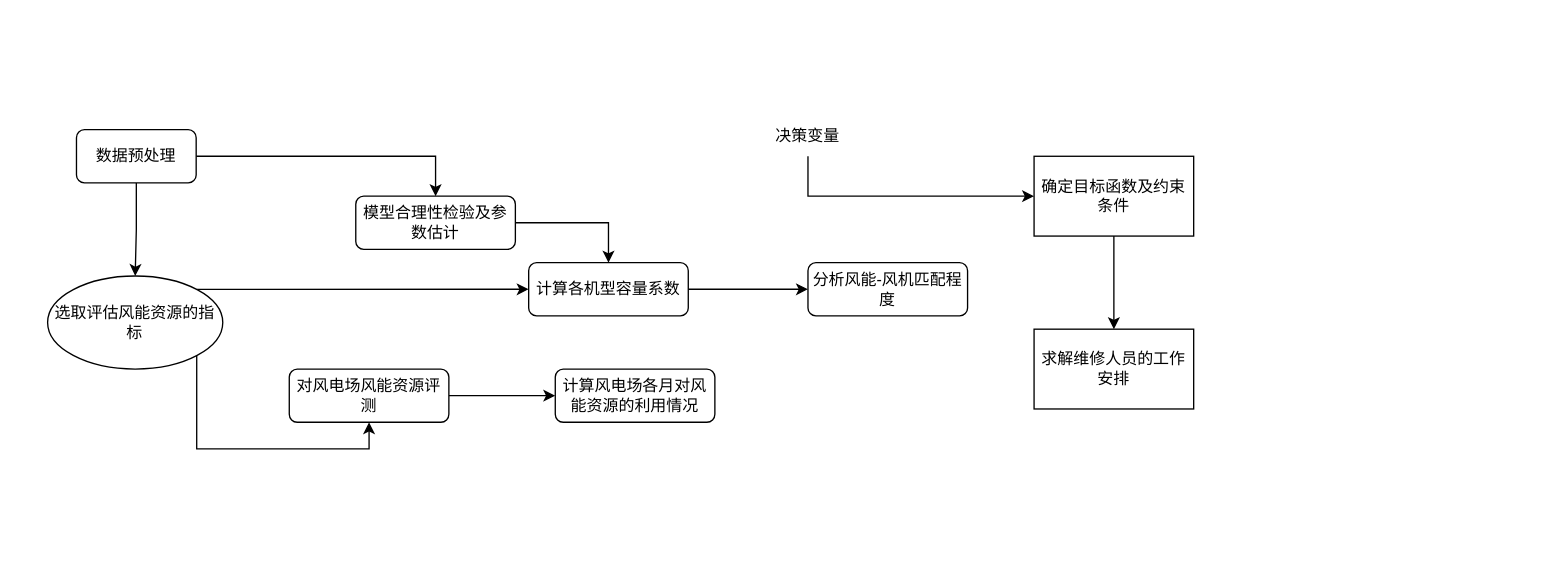
RyunMi/Math-model-code keeps this draw.io diagram as Untitled Diagram.drawio. Above is the earlier version. Source tidied: cells renumbered, new cells numbered last; positions are measured from the earlier drawing's top-left corner, leaving out a move shared by most shapes. Both pictures are drawn from the tidied source at 133%, with x=0, y=0 at pixel (47, 116).
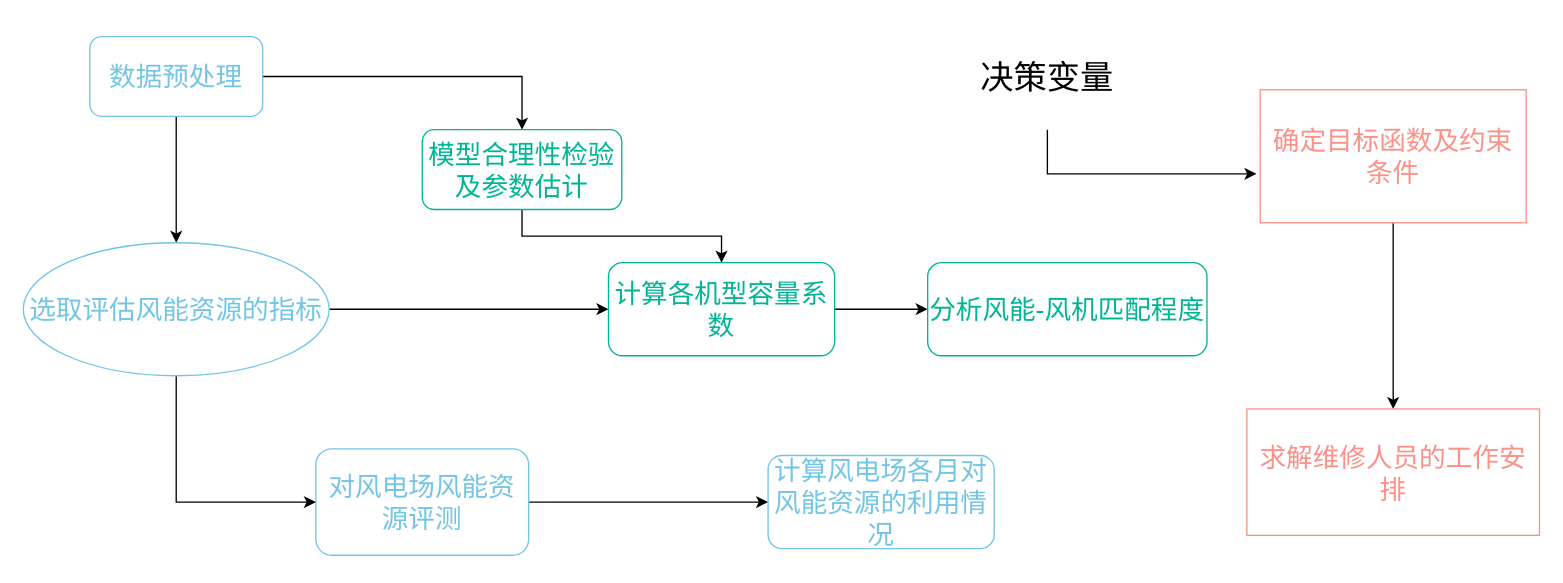
The same page after the edit.

The edit, as a diff of the source:
```diff
@@
-    <mxCell id="4" value="数据预处理" style="rounded=1;whiteSpace=wrap;html=1;fontSize=12;glass=0;strokeWidth=1;shadow=0;" parent="1" vertex="1">
-      <mxGeometry x="22" y="10" width="90" height="40" as="geometry" />
+    <mxCell id="4" value="数据预处理" style="rounded=1;whiteSpace=wrap;html=1;fontSize=20;glass=0;strokeWidth=1;shadow=0;strokeColor=#72C5E4;fontColor=#72C5E4;" parent="1" vertex="1">
+      <mxGeometry x="32" y="-60" width="130" height="60" as="geometry" />
     </mxCell>
@@
-    <mxCell id="6" value="对风电场风能资源评测" style="rounded=1;whiteSpace=wrap;html=1;fontSize=12;glass=0;strokeWidth=1;shadow=0;" parent="1" vertex="1">
-      <mxGeometry x="182" y="190" width="120" height="40" as="geometry" />
+    <mxCell id="6" value="对风电场风能资源评测" style="rounded=1;whiteSpace=wrap;html=1;fontSize=20;glass=0;strokeWidth=1;shadow=0;strokeColor=#72C5E4;fontColor=#72C5E4;" parent="1" vertex="1">
+      <mxGeometry x="202" y="250" width="160" height="80" as="geometry" />
     </mxCell>
@@
-    <mxCell id="8" value="模型合理性检验及参数估计" style="rounded=1;whiteSpace=wrap;html=1;fontSize=12;glass=0;strokeWidth=1;shadow=0;" parent="1" vertex="1">
-      <mxGeometry x="232" y="60" width="120" height="40" as="geometry" />
+    <mxCell id="8" value="模型合理性检验及参数估计" style="rounded=1;whiteSpace=wrap;html=1;fontSize=20;glass=0;strokeWidth=1;shadow=0;strokeColor=#00B594;fontColor=#00B594;" parent="1" vertex="1">
+      <mxGeometry x="282" y="10" width="150" height="60" as="geometry" />
     </mxCell>
-    <mxCell id="9" value="计算风电场各月对风能资源的利用情况" style="rounded=1;whiteSpace=wrap;html=1;fontSize=12;glass=0;strokeWidth=1;shadow=0;" parent="1" vertex="1">
-      <mxGeometry x="382" y="190" width="120" height="40" as="geometry" />
+    <mxCell id="9" value="计算风电场各月对风能资源的利用情况" style="rounded=1;whiteSpace=wrap;html=1;fontSize=20;glass=0;strokeWidth=1;shadow=0;strokeColor=#72C5E4;fontColor=#72C5E4;" parent="1" vertex="1">
+      <mxGeometry x="542" y="255" width="170" height="70" as="geometry" />
     </mxCell>
-    <mxCell id="10" style="edgeStyle=orthogonalEdgeStyle;rounded=0;jettySize=auto;html=1;exitX=1;exitY=1;exitDx=0;exitDy=0;entryX=0.5;entryY=1;entryDx=0;entryDy=0;" parent="1" edge="1" source="12" target="6">
-      <mxGeometry relative="1" as="geometry">
-        <Array as="points">
-          <mxPoint x="112" y="250" />
-          <mxPoint x="242" y="250" />
-        </Array>
-      </mxGeometry>
+    <mxCell id="10" style="edgeStyle=orthogonalEdgeStyle;rounded=0;jettySize=auto;html=1;exitX=0.5;exitY=1;exitDx=0;exitDy=0;entryX=0;entryY=0.5;entryDx=0;entryDy=0;fontSize=20;fontColor=#72C5E4;" parent="1" edge="1" source="12" target="6">
+      <mxGeometry relative="1" as="geometry" />
     </mxCell>
-    <mxCell id="11" style="edgeStyle=orthogonalEdgeStyle;rounded=0;jettySize=auto;html=1;exitX=1;exitY=0;exitDx=0;exitDy=0;entryX=0;entryY=0.5;entryDx=0;entryDy=0;" parent="1" edge="1" source="12" target="18">
-      <mxGeometry relative="1" as="geometry">
-        <Array as="points">
-          <mxPoint x="112" y="130" />
-        </Array>
-      </mxGeometry>
+    <mxCell id="11" style="edgeStyle=orthogonalEdgeStyle;rounded=0;jettySize=auto;html=1;entryX=0;entryY=0.5;entryDx=0;entryDy=0;fontSize=20;fontColor=#72C5E4;" parent="1" edge="1" source="12" target="18">
+      <mxGeometry relative="1" as="geometry" />
     </mxCell>
-    <mxCell id="12" value="选取评估风能资源的指标" style="ellipse;whiteSpace=wrap;html=1;" parent="1" vertex="1">
-      <mxGeometry x="0.3" y="120" width="131.7" height="70" as="geometry" />
+    <mxCell id="12" value="选取评估风能资源的指标" style="ellipse;whiteSpace=wrap;html=1;strokeColor=#72C5E4;fontColor=#72C5E4;fontSize=20;" parent="1" vertex="1">
+      <mxGeometry x="-18" y="95" width="230" height="100" as="geometry" />
     </mxCell>
@@
-    <mxCell id="14" value="确定目标函数及约束条件" style="rounded=0;whiteSpace=wrap;html=1;" parent="1" vertex="1">
-      <mxGeometry x="742" y="30" width="120" height="60" as="geometry" />
+    <mxCell id="14" value="确定目标函数及约束条件" style="rounded=0;whiteSpace=wrap;html=1;strokeColor=#FC9188;fontColor=#FC9188;fontSize=20;" parent="1" vertex="1">
+      <mxGeometry x="912" y="-20" width="200" height="100" as="geometry" />
     </mxCell>
@@
-    <mxCell id="16" value="求解维修人员的工作安排" style="rounded=0;whiteSpace=wrap;html=1;" parent="1" vertex="1">
-      <mxGeometry x="742" y="160" width="120" height="60" as="geometry" />
+    <mxCell id="16" value="求解维修人员的工作安排" style="rounded=0;whiteSpace=wrap;html=1;strokeColor=#FC9188;fontColor=#FC9188;fontSize=20;" parent="1" vertex="1">
+      <mxGeometry x="902" y="220" width="220" height="95" as="geometry" />
     </mxCell>
@@
+    <mxCell id="22" style="edgeStyle=orthogonalEdgeStyle;rounded=0;jettySize=auto;html=1;exitX=1;exitY=0.5;exitDx=0;exitDy=0;entryX=0;entryY=0.5;entryDx=0;entryDy=0;fontColor=#FC9188;" parent="1" edge="1" source="18" target="19">
+      <mxGeometry relative="1" as="geometry" />
+    </mxCell>
-    <mxCell id="18" value="计算各机型容量系数" style="rounded=1;whiteSpace=wrap;html=1;" parent="1" vertex="1">
-      <mxGeometry x="362" y="110" width="120" height="40" as="geometry" />
+    <mxCell id="18" value="计算各机型容量系数" style="rounded=1;whiteSpace=wrap;html=1;strokeColor=#00B594;fontColor=#00B594;fontSize=20;" parent="1" vertex="1">
+      <mxGeometry x="422" y="110" width="170" height="70" as="geometry" />
     </mxCell>
-    <mxCell id="19" value="分析风能-风机匹配程度" style="rounded=1;whiteSpace=wrap;html=1;" parent="1" vertex="1">
-      <mxGeometry x="572" y="110" width="120" height="40" as="geometry" />
+    <mxCell id="19" value="分析风能-风机匹配程度" style="rounded=1;whiteSpace=wrap;html=1;strokeColor=#00B594;fontColor=#00B594;fontSize=20;" parent="1" vertex="1">
+      <mxGeometry x="662" y="110" width="210" height="70" as="geometry" />
     </mxCell>
-    <mxCell id="20" style="edgeStyle=orthogonalEdgeStyle;rounded=0;jettySize=auto;html=1;entryX=0;entryY=0.5;entryDx=0;entryDy=0;" parent="1" edge="1" source="21" target="14">
-      <mxGeometry relative="1" as="geometry">
-        <Array as="points">
-          <mxPoint x="572" y="60" />
-        </Array>
-      </mxGeometry>
+    <mxCell id="20" style="edgeStyle=orthogonalEdgeStyle;rounded=0;jettySize=auto;html=1;exitX=0.5;exitY=1;exitDx=0;exitDy=0;entryX=-0.014;entryY=0.632;entryDx=0;entryDy=0;entryPerimeter=0;fontSize=20;fontColor=#72C5E4;" parent="1" edge="1" source="21" target="14">
+      <mxGeometry relative="1" as="geometry" />
     </mxCell>
-    <mxCell id="21" value="决策变量" style="text;html=1;strokeColor=none;fillColor=none;align=center;verticalAlign=middle;whiteSpace=wrap;rounded=0;" parent="1" vertex="1">
-      <mxGeometry x="542" width="60" height="30" as="geometry" />
+    <mxCell id="21" value="决策变量" style="text;html=1;strokeColor=none;fillColor=none;align=center;verticalAlign=middle;whiteSpace=wrap;rounded=0;fontSize=25;" parent="1" vertex="1">
+      <mxGeometry x="692" y="-70" width="120" height="80" as="geometry" />
     </mxCell>
```
